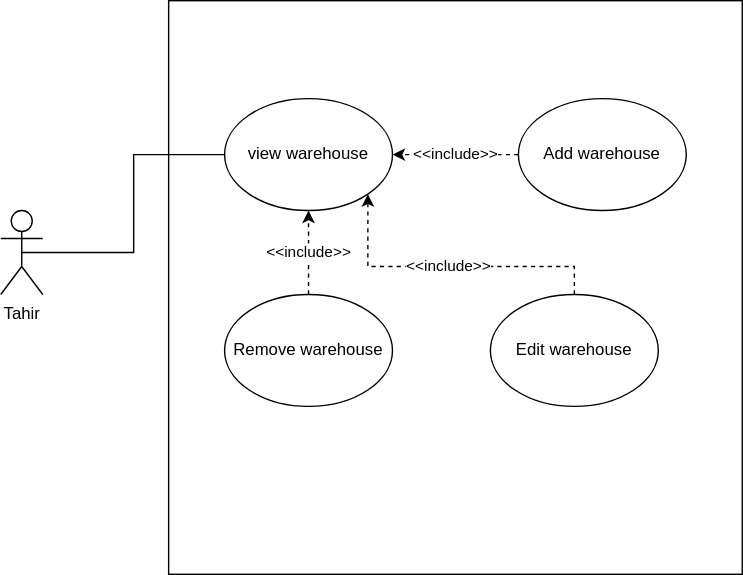
This is warehouse_use.svg from Simamkele88/IFM3_GP, a draw.io export, as it was before one commit. Source tidied: cells renumbered, new cells last; positions are measured from the earlier drawing's top-left corner, leaving out a move shared by most shapes.
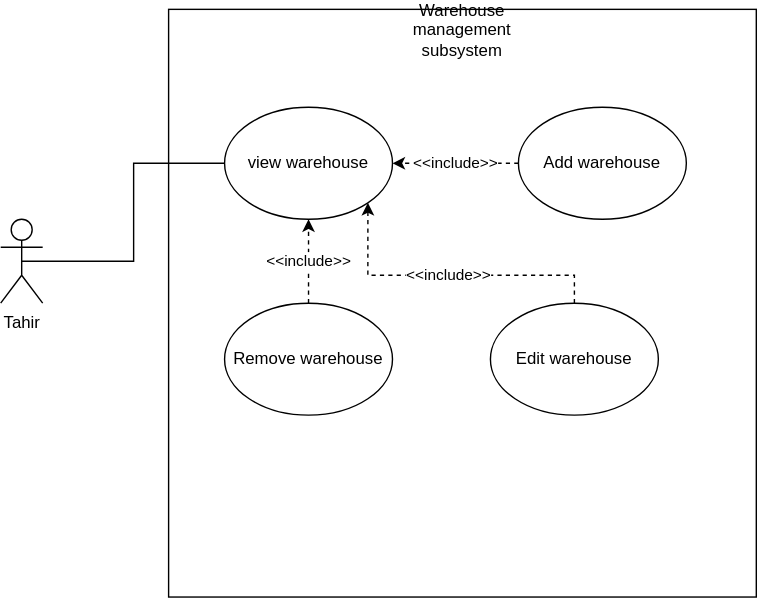
Later version of the same file.

What changed in the source:
```diff
@@ -3,7 +3,7 @@
     <mxCell id="0" />
     <mxCell id="1" parent="0" />
     <mxCell id="2" style="whiteSpace=wrap;html=1;" parent="1" vertex="1">
-      <mxGeometry x="120" width="410" height="410" as="geometry" />
+      <mxGeometry x="120" width="420" height="420" as="geometry" />
     </mxCell>
     <mxCell id="3" style="edgeStyle=orthogonalEdgeStyle;rounded=0;jettySize=auto;html=1;entryX=0;entryY=0.5;entryDx=0;entryDy=0;endArrow=none;startFill=0;exitX=0.5;exitY=0.5;exitDx=0;exitDy=0;exitPerimeter=0;" parent="1" edge="1" source="4" target="5">
       <mxGeometry relative="1" as="geometry" />
@@ -37,5 +37,8 @@
     <mxCell id="11" value="Edit warehouse" style="ellipse;whiteSpace=wrap;html=1;" parent="1" vertex="1">
       <mxGeometry x="350" y="210" width="120" height="80" as="geometry" />
     </mxCell>
+    <mxCell id="12" value="Warehouse management subsystem" style="text;html=1;align=center;verticalAlign=middle;whiteSpace=wrap;rounded=0;" parent="1" vertex="1">
+      <mxGeometry x="300" width="60" height="30" as="geometry" />
+    </mxCell>
   </root>
 </mxGraphModel>
```
